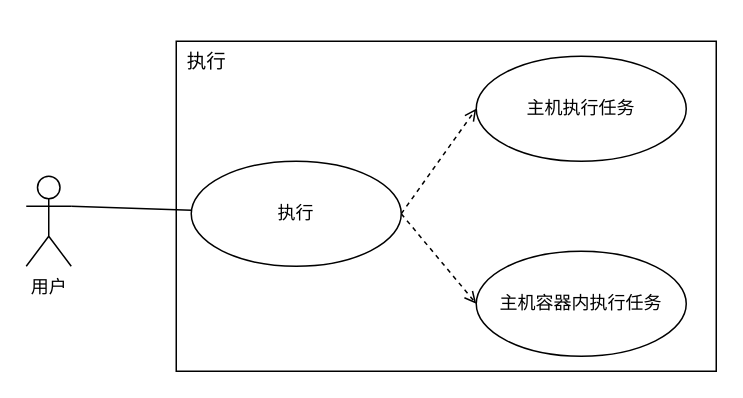
tianshengdiwangK/common keeps this draw.io diagram as 执行用例图.drawio. Above is the earlier version. Source tidied: cells renumbered, new cells numbered last; positions are measured from the earlier drawing's top-left corner, leaving out a move shared by most shapes. Both pictures are drawn from the tidied source at 150%, with x=0, y=0 at pixel (26, 26).
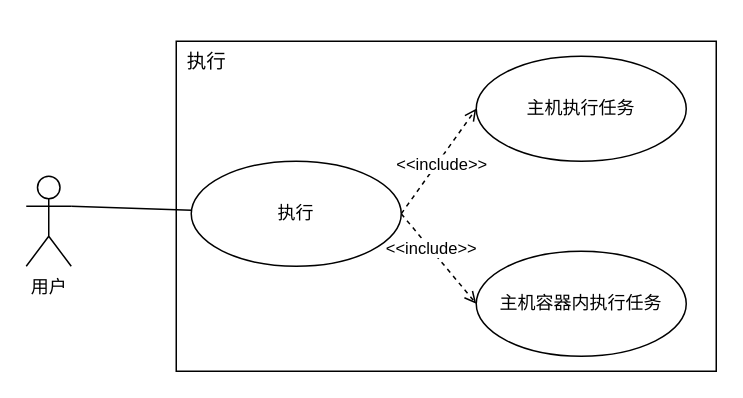
After the change.

Commit message:
更新执行用例图.drawio

The edit, as a diff of the source:
```diff
@@
 <mxGraphModel>
   <root>
     <mxCell id="0" />
     <mxCell id="1" parent="0" />
     <mxCell id="2" style="rounded=0;whiteSpace=wrap;html=1;" parent="1" vertex="1">
       <mxGeometry x="100" y="10" width="360" height="220" as="geometry" />
     </mxCell>
     <mxCell id="3" value="用户" style="shape=umlActor;verticalLabelPosition=bottom;verticalAlign=top;html=1;outlineConnect=0;" parent="1" vertex="1">
       <mxGeometry y="100" width="30" height="60" as="geometry" />
     </mxCell>
     <mxCell id="4" value="&lt;span style=&quot;font-weight: normal;&quot;&gt;&lt;font style=&quot;font-size: 13px;&quot;&gt;执行&lt;/font&gt;&lt;/span&gt;" style="text;strokeColor=none;fillColor=none;html=1;fontSize=24;fontStyle=1;verticalAlign=middle;align=center;" parent="1" vertex="1">
       <mxGeometry x="70" width="100" height="40" as="geometry" />
     </mxCell>
     <mxCell id="5" style="rounded=0;jettySize=auto;html=1;entryX=0;entryY=0.5;entryDx=0;entryDy=0;dashed=1;endArrow=open;endFill=0;exitX=1;exitY=0.5;exitDx=0;exitDy=0;" parent="1" edge="1" source="7" target="8">
       <mxGeometry relative="1" as="geometry" />
     </mxCell>
+    <mxCell id="11" value="&amp;lt;&amp;lt;include&amp;gt;&amp;gt;" style="edgeLabel;html=1;align=center;verticalAlign=middle;" parent="5" vertex="1">
+      <mxGeometry x="-0.02" y="-2" relative="1" as="geometry" />
+    </mxCell>
     <mxCell id="6" style="rounded=0;jettySize=auto;html=1;entryX=0;entryY=0.5;entryDx=0;entryDy=0;exitX=1;exitY=0.5;exitDx=0;exitDy=0;dashed=1;endArrow=open;endFill=0;" parent="1" edge="1" source="7" target="9">
       <mxGeometry relative="1" as="geometry" />
     </mxCell>
+    <mxCell id="12" value="&amp;lt;&amp;lt;include&amp;gt;&amp;gt;" style="edgeLabel;html=1;align=center;verticalAlign=middle;" parent="6" vertex="1">
+      <mxGeometry x="-0.24" y="1" relative="1" as="geometry" />
+    </mxCell>
     <mxCell id="7" value="执行" style="ellipse;whiteSpace=wrap;html=1;" parent="1" vertex="1">
       <mxGeometry x="110" y="90" width="140" height="70" as="geometry" />
     </mxCell>
     <mxCell id="8" value="主机执行任务" style="ellipse;whiteSpace=wrap;html=1;" parent="1" vertex="1">
       <mxGeometry x="300" y="20" width="140" height="70" as="geometry" />
     </mxCell>
     <mxCell id="9" value="主机容器内执行任务" style="ellipse;whiteSpace=wrap;html=1;" parent="1" vertex="1">
       <mxGeometry x="300" y="150" width="140" height="70" as="geometry" />
     </mxCell>
     <mxCell id="10" style="rounded=0;jettySize=auto;html=1;endArrow=none;endFill=0;exitX=1;exitY=0.3333333333333333;exitDx=0;exitDy=0;exitPerimeter=0;" parent="1" edge="1" source="3" target="7">
       <mxGeometry relative="1" as="geometry" />
     </mxCell>
   </root>
 </mxGraphModel>
```
